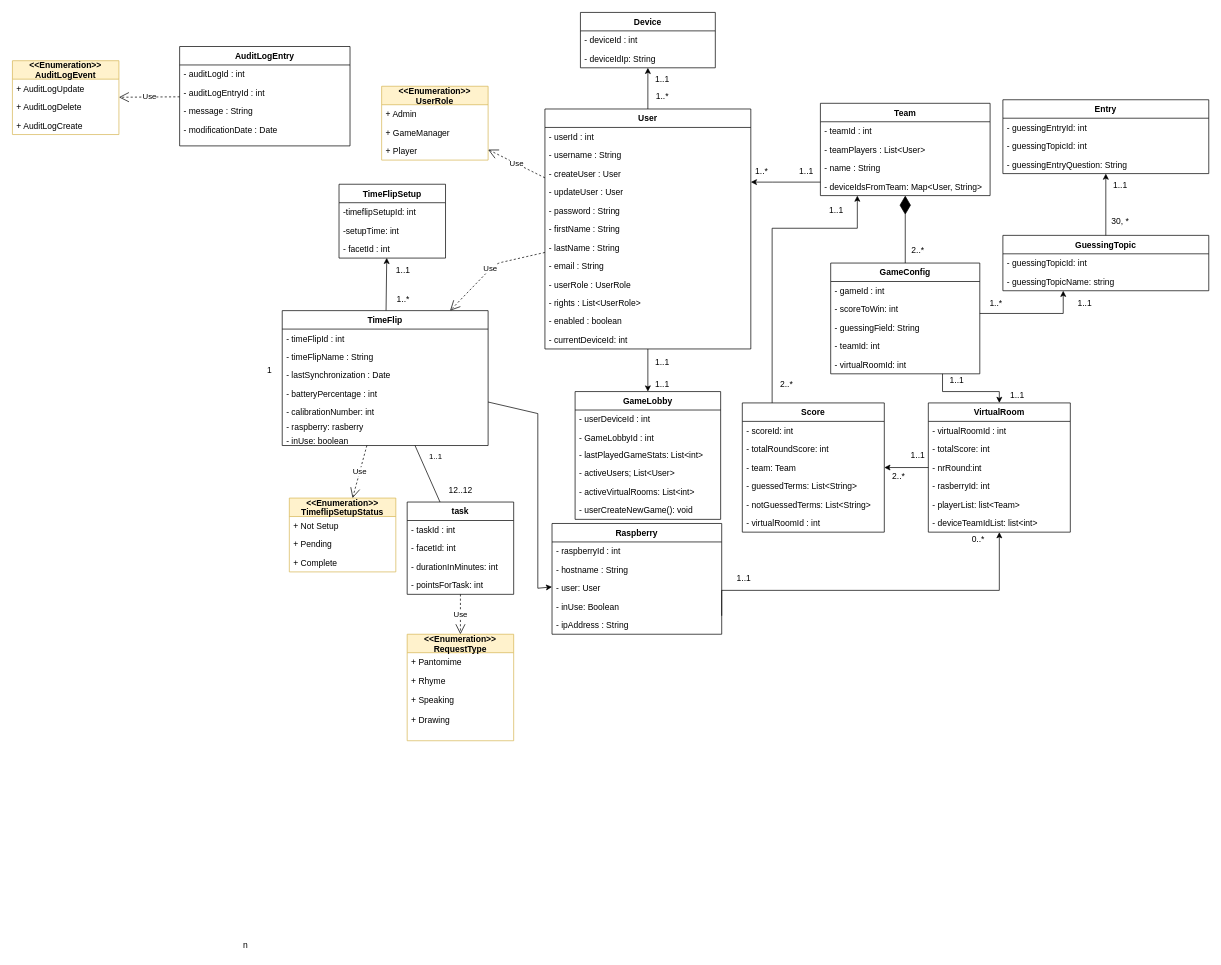
merasz/softwareEngineeringProject keeps this draw.io diagram as documents/softwarekonzept/ClassDiagram/classDiagramF.drawio. Above is the earlier version. Source tidied: cells renumbered, new cells numbered last; positions are measured from the earlier drawing's top-left corner, leaving out a move shared by most shapes. Both pictures are drawn from the tidied source at 71%, with x=0, y=0 at pixel (12, 12).
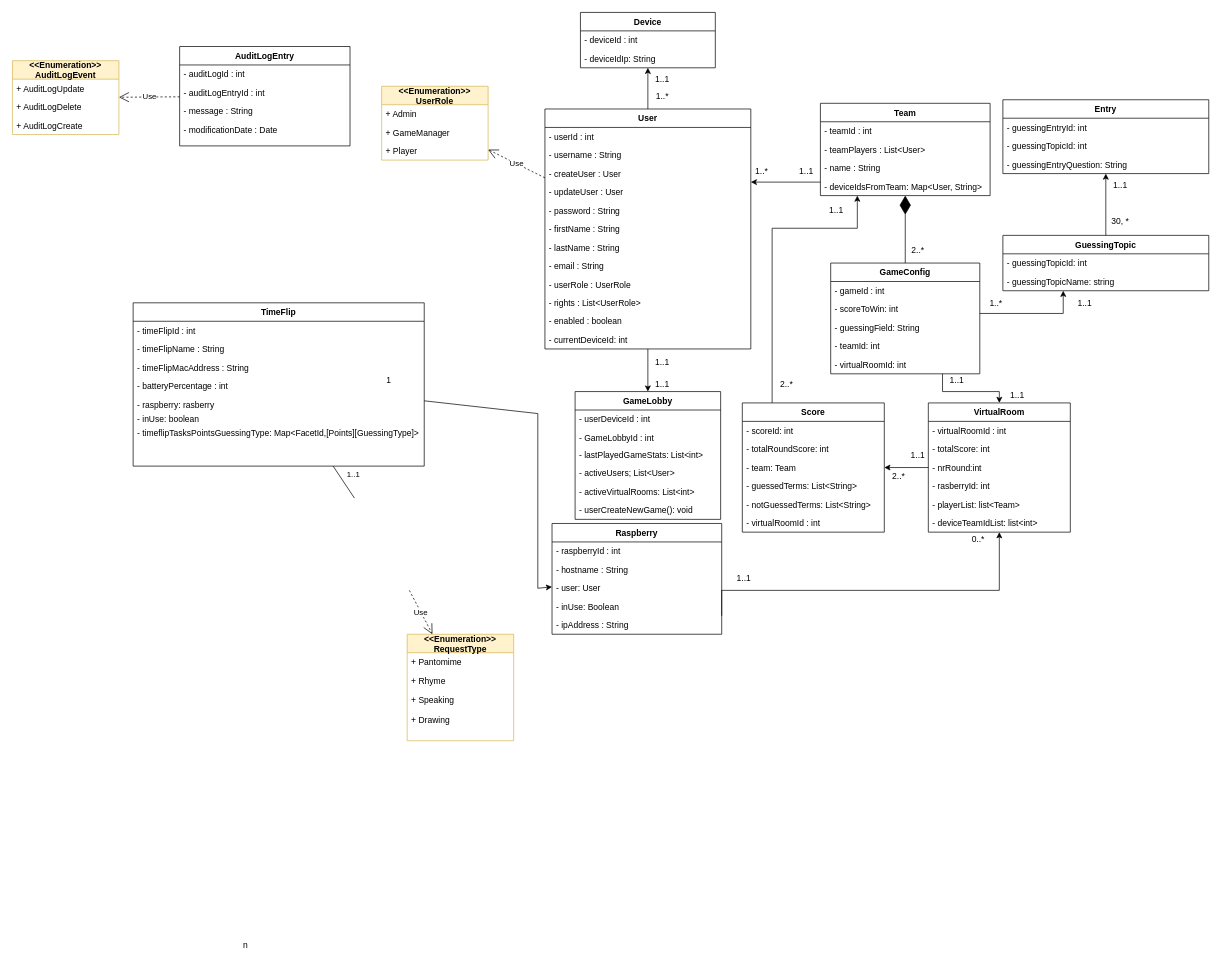
The same diagram, later.

The change refers to these unchanged cells:
```xml
<mxCell id="4" value="User" style="swimlane;fontStyle=1;align=center;verticalAlign=top;horizontal=1;startSize=26;" parent="1" vertex="1">
  <mxGeometry x="750" y="136" width="290" height="338" as="geometry" />
</mxCell>
<mxCell id="42" value="&lt;&lt;Enumeration&gt;&gt;&#10;RequestType" style="swimlane;fontStyle=1;horizontal=1;startSize=26;fillColor=#fff2cc;strokeColor=#d6b656;" parent="1" vertex="1">
  <mxGeometry x="556" y="875.8" width="150" height="150" as="geometry" />
</mxCell>
```

Diff of the diagram source:
```diff
@@
-    <mxCell id="23" style="edgeStyle=none;rounded=0;jettySize=auto;html=1;entryX=0.448;entryY=0.987;entryDx=0;entryDy=0;entryPerimeter=0;" parent="1" edge="1" source="24" target="48">
-      <mxGeometry relative="1" as="geometry" />
-    </mxCell>
     <mxCell id="24" value="TimeFlip" style="swimlane;fontStyle=1;align=center;verticalAlign=top;horizontal=1;startSize=26;" parent="1" vertex="1">
-      <mxGeometry x="380" y="420" width="290" height="190" as="geometry" />
+      <mxGeometry x="170" y="409" width="410" height="230" as="geometry" />
     </mxCell>
     <mxCell id="25" value="- timeFlipId : int" style="text;strokeColor=none;fillColor=none;align=left;verticalAlign=top;spacingLeft=4;spacingRight=4;overflow=hidden;" parent="24" vertex="1">
-      <mxGeometry y="26" width="290" height="26" as="geometry" />
+      <mxGeometry y="26" width="410" height="26" as="geometry" />
     </mxCell>
     <mxCell id="26" value="- timeFlipName : String" style="text;strokeColor=none;fillColor=none;align=left;verticalAlign=top;spacingLeft=4;spacingRight=4;overflow=hidden;" parent="24" vertex="1">
-      <mxGeometry y="52" width="290" height="26" as="geometry" />
+      <mxGeometry y="52" width="410" height="26" as="geometry" />
     </mxCell>
-    <mxCell id="27" value="- lastSynchronization : Date" style="text;strokeColor=none;fillColor=none;align=left;verticalAlign=top;spacingLeft=4;spacingRight=4;overflow=hidden;" parent="24" vertex="1">
-      <mxGeometry y="78" width="290" height="26" as="geometry" />
+    <mxCell id="27" value="- timeFlipMacAddress : String" style="text;strokeColor=none;fillColor=none;align=left;verticalAlign=top;spacingLeft=4;spacingRight=4;overflow=hidden;" parent="24" vertex="1">
+      <mxGeometry y="78" width="410" height="26" as="geometry" />
     </mxCell>
     <mxCell id="28" value="- batteryPercentage : int" style="text;align=left;verticalAlign=top;spacingLeft=4;spacingRight=4;overflow=hidden;" parent="24" vertex="1">
-      <mxGeometry y="104" width="290" height="26" as="geometry" />
+      <mxGeometry y="104" width="410" height="26" as="geometry" />
     </mxCell>
-    <mxCell id="29" value="- calibrationNumber: int" style="text;align=left;verticalAlign=top;spacingLeft=4;spacingRight=4;overflow=hidden;" parent="24" vertex="1">
-      <mxGeometry y="130" width="290" height="20" as="geometry" />
-    </mxCell>
     <mxCell id="30" value="- raspberry: rasberry" style="text;align=left;verticalAlign=top;spacingLeft=4;spacingRight=4;overflow=hidden;" parent="24" vertex="1">
-      <mxGeometry y="150" width="290" height="20" as="geometry" />
+      <mxGeometry y="130" width="410" height="20" as="geometry" />
     </mxCell>
+    <mxCell id="143" value="- inUse: boolean" style="text;align=left;verticalAlign=top;spacingLeft=4;spacingRight=4;overflow=hidden;" parent="24" vertex="1">
+      <mxGeometry y="150" width="410" height="20" as="geometry" />
+    </mxCell>
-    <mxCell id="31" value="- inUse: boolean" style="text;align=left;verticalAlign=top;spacingLeft=4;spacingRight=4;overflow=hidden;" parent="24" vertex="1">
-      <mxGeometry y="170" width="290" height="20" as="geometry" />
+    <mxCell id="31" value="- timeflipTasksPointsGuessingType: Map&lt;FacetId,[Points][GuessingType]&gt;" style="text;align=left;verticalAlign=top;spacingLeft=4;spacingRight=4;overflow=hidden;" parent="24" vertex="1">
+      <mxGeometry y="170" width="410" height="60" as="geometry" />
     </mxCell>
-    <mxCell id="32" value="&lt;&lt;Enumeration&gt;&gt;&#10;TimeflipSetupStatus" style="swimlane;fontStyle=1;horizontal=1;startSize=26;fillColor=#fff2cc;strokeColor=#d6b656;" parent="1" vertex="1">
-      <mxGeometry x="390" y="684" width="150" height="104" as="geometry" />
-    </mxCell>
-    <mxCell id="33" value="+ Not Setup" style="text;strokeColor=none;fillColor=none;align=left;verticalAlign=top;spacingLeft=4;spacingRight=4;overflow=hidden;" parent="32" vertex="1">
-      <mxGeometry y="26" width="150" height="26" as="geometry" />
-    </mxCell>
-    <mxCell id="34" value="+ Pending" style="text;strokeColor=none;fillColor=none;align=left;verticalAlign=top;spacingLeft=4;spacingRight=4;overflow=hidden;" parent="32" vertex="1">
-      <mxGeometry y="52" width="150" height="26" as="geometry" />
-    </mxCell>
-    <mxCell id="35" value="+ Complete" style="text;strokeColor=none;fillColor=none;align=left;verticalAlign=top;spacingLeft=4;spacingRight=4;overflow=hidden;" parent="32" vertex="1">
-      <mxGeometry y="78" width="150" height="26" as="geometry" />
-    </mxCell>
-    <mxCell id="36" value="Use" style="endArrow=open;endSize=12;dashed=1;html=1;" parent="1" edge="1" source="24" target="32">
-      <mxGeometry relative="1" as="geometry" />
-    </mxCell>
-    <mxCell id="37" value="task" style="swimlane;fontStyle=1;align=center;verticalAlign=top;horizontal=1;startSize=26;" parent="1" vertex="1">
-      <mxGeometry x="556" y="689.6" width="150" height="130" as="geometry" />
-    </mxCell>
-    <mxCell id="38" value="- taskId : int" style="text;strokeColor=none;fillColor=none;align=left;verticalAlign=top;spacingLeft=4;spacingRight=4;overflow=hidden;" parent="37" vertex="1">
-      <mxGeometry y="26" width="150" height="26" as="geometry" />
-    </mxCell>
-    <mxCell id="39" value="- facetId: int" style="text;strokeColor=none;fillColor=none;align=left;verticalAlign=top;spacingLeft=4;spacingRight=4;overflow=hidden;" parent="37" vertex="1">
-      <mxGeometry y="52" width="150" height="26" as="geometry" />
-    </mxCell>
-    <mxCell id="40" value="- durationInMinutes: int" style="text;strokeColor=none;fillColor=none;align=left;verticalAlign=top;spacingLeft=4;spacingRight=4;overflow=hidden;" parent="37" vertex="1">
-      <mxGeometry y="78" width="150" height="26" as="geometry" />
-    </mxCell>
-    <mxCell id="41" value="- pointsForTask: int" style="text;strokeColor=none;fillColor=none;align=left;verticalAlign=top;spacingLeft=4;spacingRight=4;overflow=hidden;" parent="37" vertex="1">
-      <mxGeometry y="104" width="150" height="26" as="geometry" />
-    </mxCell>
@@
-    <mxCell id="45" value="TimeFlipSetup" style="swimlane;fontStyle=1;align=center;verticalAlign=top;horizontal=1;startSize=26;" parent="1" vertex="1">
-      <mxGeometry x="460" y="242" width="150" height="104" as="geometry" />
-    </mxCell>
-    <mxCell id="46" value="-timeflipSetupId: int" style="text;strokeColor=none;fillColor=none;align=left;verticalAlign=top;spacingLeft=4;spacingRight=4;overflow=hidden;" parent="45" vertex="1">
-      <mxGeometry y="26" width="150" height="26" as="geometry" />
-    </mxCell>
-    <mxCell id="47" value="-setupTime: int" style="text;strokeColor=none;fillColor=none;align=left;verticalAlign=top;spacingLeft=4;spacingRight=4;overflow=hidden;" parent="45" vertex="1">
-      <mxGeometry y="52" width="150" height="26" as="geometry" />
-    </mxCell>
-    <mxCell id="48" value="- facetId : int" style="text;strokeColor=none;fillColor=none;align=left;verticalAlign=top;spacingLeft=4;spacingRight=4;overflow=hidden;points=[[0,0.5],[1,0.5]];portConstraint=eastwest;" parent="45" vertex="1">
-      <mxGeometry y="78" width="150" height="26" as="geometry" />
-    </mxCell>
@@
     <mxCell id="62" value="1" style="text;html=1;align=center;verticalAlign=middle;fillColor=none;strokeColor=none;rounded=0;" parent="1" vertex="1">
-      <mxGeometry x="352" y="494" width="20" height="20" as="geometry" />
+      <mxGeometry x="520" y="509" width="20" height="20" as="geometry" />
     </mxCell>
@@
-    <mxCell id="65" style="endArrow=none;html=1;rounded=0;" parent="1" edge="1" source="24" target="37">
-      <mxGeometry relative="1" as="geometry" />
+    <mxCell id="65" style="endArrow=none;html=1;rounded=0;" parent="1" edge="1" source="24">
+      <mxGeometry relative="1" as="geometry">
+        <mxPoint x="481.7" y="684" as="targetPoint" />
+      </mxGeometry>
     </mxCell>
@@
-    <mxCell id="67" value="12..12" style="text;html=1;align=center;verticalAlign=middle;" parent="1" vertex="1">
-      <mxGeometry x="606" y="664" width="50" height="20" as="geometry" />
-    </mxCell>
@@
-    <mxCell id="78" value="Use" style="endArrow=open;endSize=12;dashed=1;html=1;" parent="1" edge="1" source="4" target="24">
-      <mxGeometry relative="1" as="geometry">
-        <Array as="points">
-          <mxPoint x="680" y="354" />
-        </Array>
-      </mxGeometry>
-    </mxCell>
@@
-    <mxCell id="80" value="Use" style="endArrow=open;endSize=12;dashed=1;html=1;" parent="1" edge="1" source="37" target="42">
-      <mxGeometry relative="1" as="geometry" />
+    <mxCell id="80" value="Use" style="endArrow=open;endSize=12;dashed=1;html=1;" parent="1" edge="1" target="42">
+      <mxGeometry relative="1" as="geometry">
+        <mxPoint x="559.1" y="814" as="sourcePoint" />
+      </mxGeometry>
     </mxCell>
@@
-    <mxCell id="130" value="1..1" style="text;html=1;align=center;verticalAlign=middle;" parent="1" vertex="1">
-      <mxGeometry x="530" y="353" width="40" height="20" as="geometry" />
-    </mxCell>
-    <mxCell id="131" value="1..*" style="text;html=1;align=center;verticalAlign=middle;" parent="1" vertex="1">
-      <mxGeometry x="535" y="394" width="30" height="20" as="geometry" />
-    </mxCell>
```
